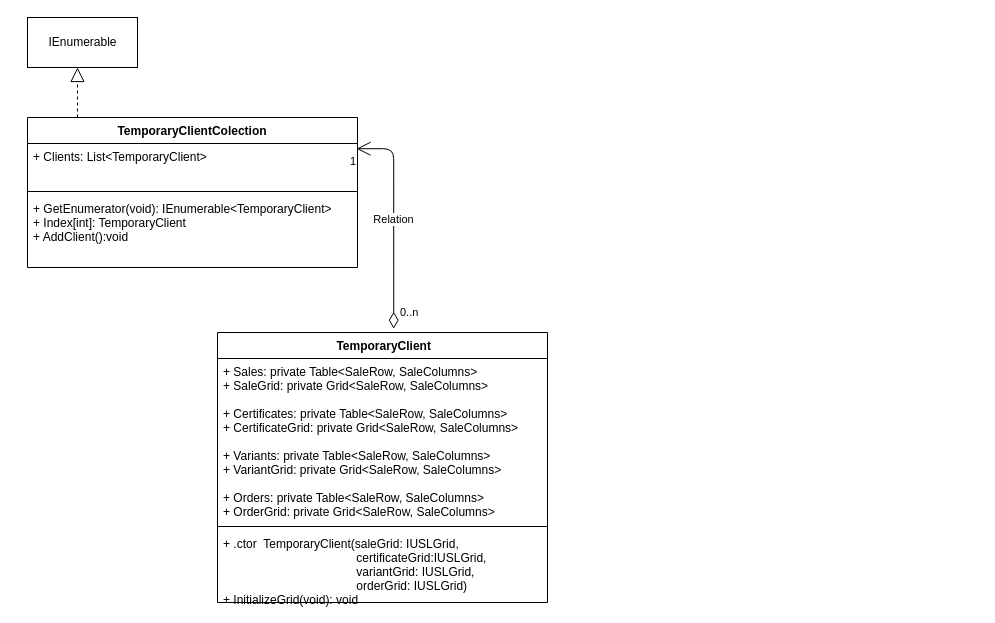
Before: Untitled Diagram.drawio in Constantine1992/Diagrams, a draw.io diagram. Source tidied: cells renumbered, new cells numbered last; positions are measured from the earlier drawing's top-left corner, leaving out a move shared by most shapes. Both pictures are drawn from the tidied source at 100%, with x=0, y=0 at pixel (27, 17).
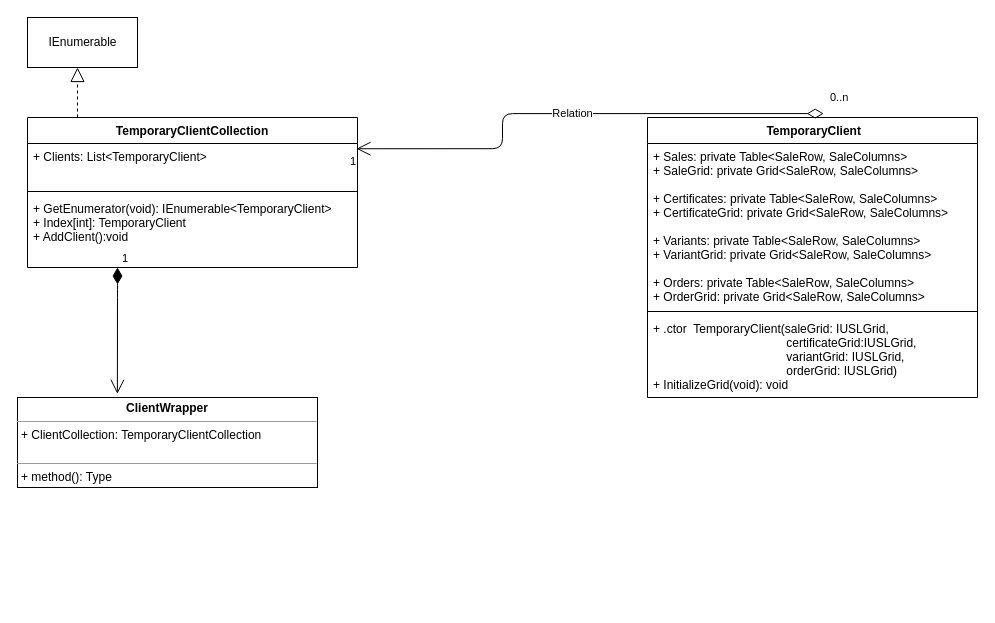
Above is the later version.

Change to the diagram source:
```diff
@@
-    <mxCell id="2" value="TemporaryClientColection" style="swimlane;fontStyle=1;align=center;verticalAlign=top;horizontal=1;startSize=26;" parent="1" vertex="1">
+    <mxCell id="2" value="TemporaryClientCollection" style="swimlane;fontStyle=1;align=center;verticalAlign=top;horizontal=1;startSize=26;" parent="1" vertex="1">
       <mxGeometry y="100" width="330" height="150" as="geometry" />
     </mxCell>
@@
+    <mxCell id="15" value="1" style="endArrow=open;html=1;endSize=12;startArrow=diamondThin;startSize=14;startFill=1;edgeStyle=orthogonalEdgeStyle;align=left;verticalAlign=bottom;entryX=0.333;entryY=-0.041;entryDx=0;entryDy=0;entryPerimeter=0;" parent="2" edge="1" target="16">
+      <mxGeometry x="-1" y="3" relative="1" as="geometry">
+        <mxPoint x="90" y="150" as="sourcePoint" />
+        <Array as="points">
+          <mxPoint x="90" y="170" />
+          <mxPoint x="90" y="170" />
+        </Array>
+      </mxGeometry>
+    </mxCell>
@@
     <mxCell id="8" value=" TemporaryClient" style="swimlane;fontStyle=1;align=center;verticalAlign=top;horizontal=1;startSize=26;" parent="1" vertex="1">
-      <mxGeometry x="190" y="315" width="330" height="270" as="geometry" />
+      <mxGeometry x="620" y="100" width="330" height="280" as="geometry" />
     </mxCell>
@@
     <mxCell id="11" value="+ .ctor  TemporaryClient(saleGrid: IUSLGrid,  &#10;                                        certificateGrid:IUSLGrid,&#10;                                        variantGrid: IUSLGrid,&#10;                                        orderGrid: IUSLGrid)&#10;+ InitializeGrid(void): void" style="text;strokeColor=none;fillColor=none;align=left;verticalAlign=top;spacingLeft=4;spacingRight=4;overflow=hidden;" parent="8" vertex="1">
-      <mxGeometry y="198" width="330" height="72" as="geometry" />
+      <mxGeometry y="198" width="330" height="82" as="geometry" />
     </mxCell>
@@
+    <mxCell id="16" value="&lt;p style=&quot;margin: 0px ; margin-top: 4px ; text-align: center&quot;&gt;&lt;b&gt;ClientWrapper&lt;/b&gt;&lt;/p&gt;&lt;hr size=&quot;1&quot;&gt;&lt;p style=&quot;margin: 0px ; margin-left: 4px&quot;&gt;+ ClientCollection: TemporaryClientCollection&lt;/p&gt;&lt;br&gt;&lt;hr size=&quot;1&quot;&gt;&lt;p style=&quot;margin: 0px ; margin-left: 4px&quot;&gt;+ method(): Type&lt;/p&gt;" style="verticalAlign=top;align=left;overflow=fill;fontSize=12;fontFamily=Helvetica;html=1;" parent="1" vertex="1">
+      <mxGeometry x="-10" y="380" width="300" height="90" as="geometry" />
+    </mxCell>
```
